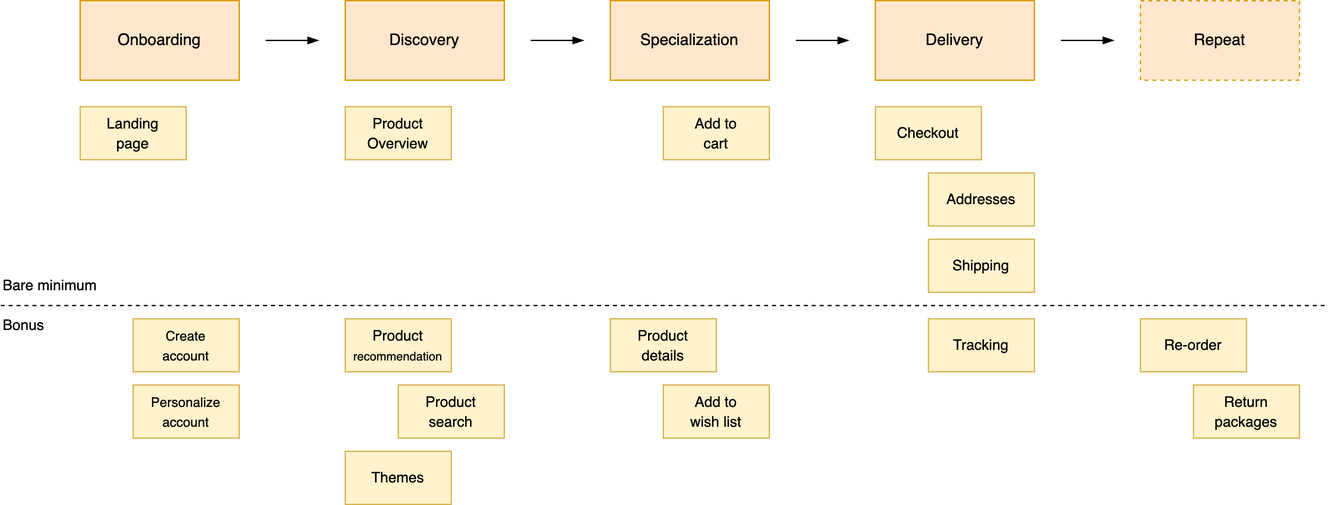
Before: img/story-map.png, a diagram exported from draw.io (voschezang/coding-handbook). Source tidied: cells renumbered, new cells last; positions are measured from the earlier drawing's top-left corner, leaving out a move shared by most shapes.
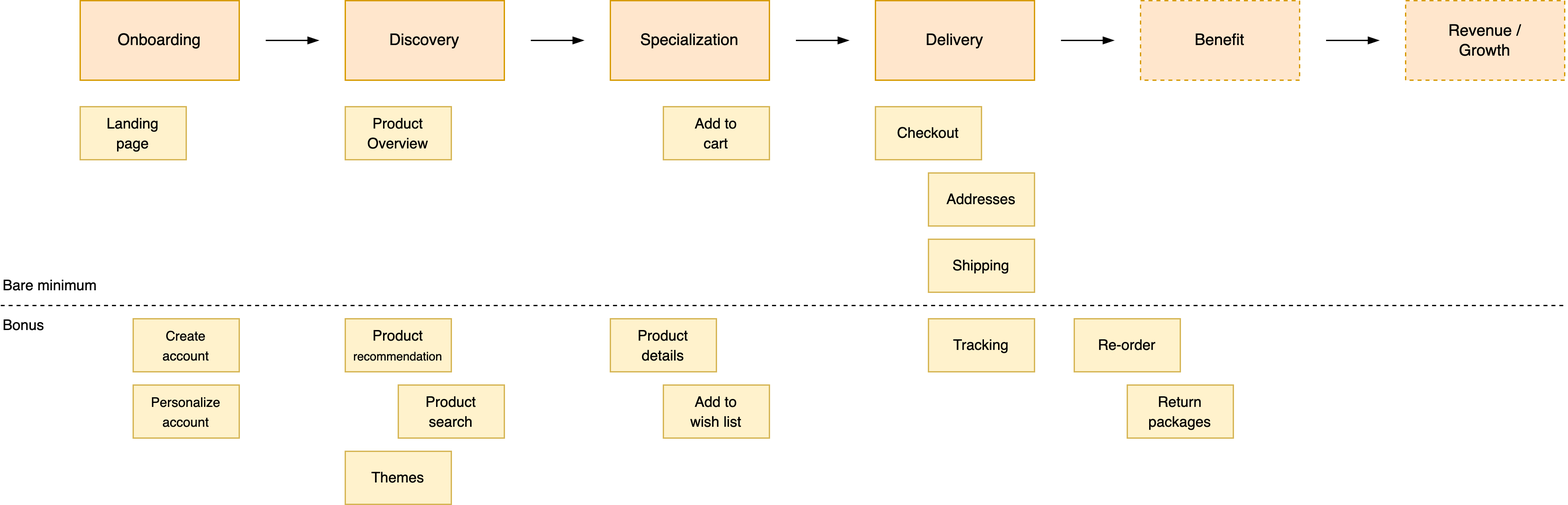
After the commit.

What changed in the source:
```diff
@@ -68,7 +68,7 @@
     <mxCell id="20" style="endArrow=none;html=1;rounded=0;labelBackgroundColor=default;strokeColor=default;align=center;verticalAlign=middle;fontFamily=Helvetica;fontSize=11;fontColor=default;shape=connector;dashed=1;" parent="1" edge="1">
       <mxGeometry relative="1" as="geometry">
         <mxPoint y="230" as="sourcePoint" />
-        <mxPoint x="1000" y="230" as="targetPoint" />
+        <mxPoint x="1180" y="230" as="targetPoint" />
       </mxGeometry>
     </mxCell>
     <mxCell id="21" value="&lt;span style=&quot;font-size: 11px;&quot;&gt;Themes&lt;/span&gt;" style="rounded=0;whiteSpace=wrap;html=1;fillColor=#fff2cc;strokeColor=#d6b656;" parent="1" vertex="1">
@@ -80,7 +80,7 @@
     <mxCell id="23" value="Bonus" style="text;html=1;align=left;verticalAlign=middle;strokeColor=none;fillColor=none;fontSize=11;fontFamily=Helvetica;fontColor=default;" parent="1" vertex="1">
       <mxGeometry y="230" width="50" height="30" as="geometry" />
     </mxCell>
-    <mxCell id="24" value="&lt;font style=&quot;font-size: 12px;&quot;&gt;Repeat&lt;/font&gt;" style="rounded=0;whiteSpace=wrap;html=1;fillColor=#ffe6cc;strokeColor=#d79b00;dashed=1;" parent="1" vertex="1">
+    <mxCell id="24" value="&lt;font style=&quot;font-size: 12px;&quot;&gt;Benefit&lt;/font&gt;" style="rounded=0;whiteSpace=wrap;html=1;fillColor=#ffe6cc;strokeColor=#d79b00;dashed=1;" parent="1" vertex="1">
       <mxGeometry x="860" width="120" height="60" as="geometry" />
     </mxCell>
     <mxCell id="25" style="endArrow=blockThin;html=1;rounded=0;labelBackgroundColor=default;strokeColor=default;align=center;verticalAlign=middle;fontFamily=Helvetica;fontSize=11;fontColor=default;shape=connector;endFill=1;" parent="1" edge="1">
@@ -90,10 +90,10 @@
       </mxGeometry>
     </mxCell>
     <mxCell id="26" value="&lt;font style=&quot;font-size: 11px;&quot;&gt;Re-order&lt;br&gt;&lt;/font&gt;" style="rounded=0;whiteSpace=wrap;html=1;fillColor=#fff2cc;strokeColor=#d6b656;" parent="1" vertex="1">
-      <mxGeometry x="860" y="240" width="80" height="40" as="geometry" />
+      <mxGeometry x="810" y="240" width="80" height="40" as="geometry" />
     </mxCell>
     <mxCell id="27" value="&lt;font style=&quot;font-size: 11px;&quot;&gt;Return&lt;br&gt;packages&lt;br&gt;&lt;/font&gt;" style="rounded=0;whiteSpace=wrap;html=1;fillColor=#fff2cc;strokeColor=#d6b656;" parent="1" vertex="1">
-      <mxGeometry x="900" y="290" width="80" height="40" as="geometry" />
+      <mxGeometry x="850" y="290" width="80" height="40" as="geometry" />
     </mxCell>
     <mxCell id="28" value="&lt;span style=&quot;font-size: 11px;&quot;&gt;Add to&lt;br&gt;wish list&lt;br&gt;&lt;/span&gt;" style="rounded=0;whiteSpace=wrap;html=1;fillColor=#fff2cc;strokeColor=#d6b656;" parent="1" vertex="1">
       <mxGeometry x="500" y="290" width="80" height="40" as="geometry" />
@@ -101,5 +101,14 @@
     <mxCell id="29" value="&lt;span style=&quot;font-size: 10px;&quot;&gt;Personalize account&lt;/span&gt;" style="rounded=0;whiteSpace=wrap;html=1;fillColor=#fff2cc;strokeColor=#d6b656;" parent="1" vertex="1">
       <mxGeometry x="100" y="290" width="80" height="40" as="geometry" />
     </mxCell>
+    <mxCell id="30" value="&lt;font style=&quot;font-size: 12px;&quot;&gt;Revenue /&lt;br&gt;Growth&lt;br&gt;&lt;/font&gt;" style="rounded=0;whiteSpace=wrap;html=1;fillColor=#ffe6cc;strokeColor=#d79b00;dashed=1;" parent="1" vertex="1">
+      <mxGeometry x="1060" width="120" height="60" as="geometry" />
+    </mxCell>
+    <mxCell id="31" style="endArrow=blockThin;html=1;rounded=0;labelBackgroundColor=default;strokeColor=default;align=center;verticalAlign=middle;fontFamily=Helvetica;fontSize=11;fontColor=default;shape=connector;endFill=1;" parent="1" edge="1">
+      <mxGeometry relative="1" as="geometry">
+        <mxPoint x="1000" y="30" as="sourcePoint" />
+        <mxPoint x="1040" y="30" as="targetPoint" />
+      </mxGeometry>
+    </mxCell>
   </root>
 </mxGraphModel>
```
